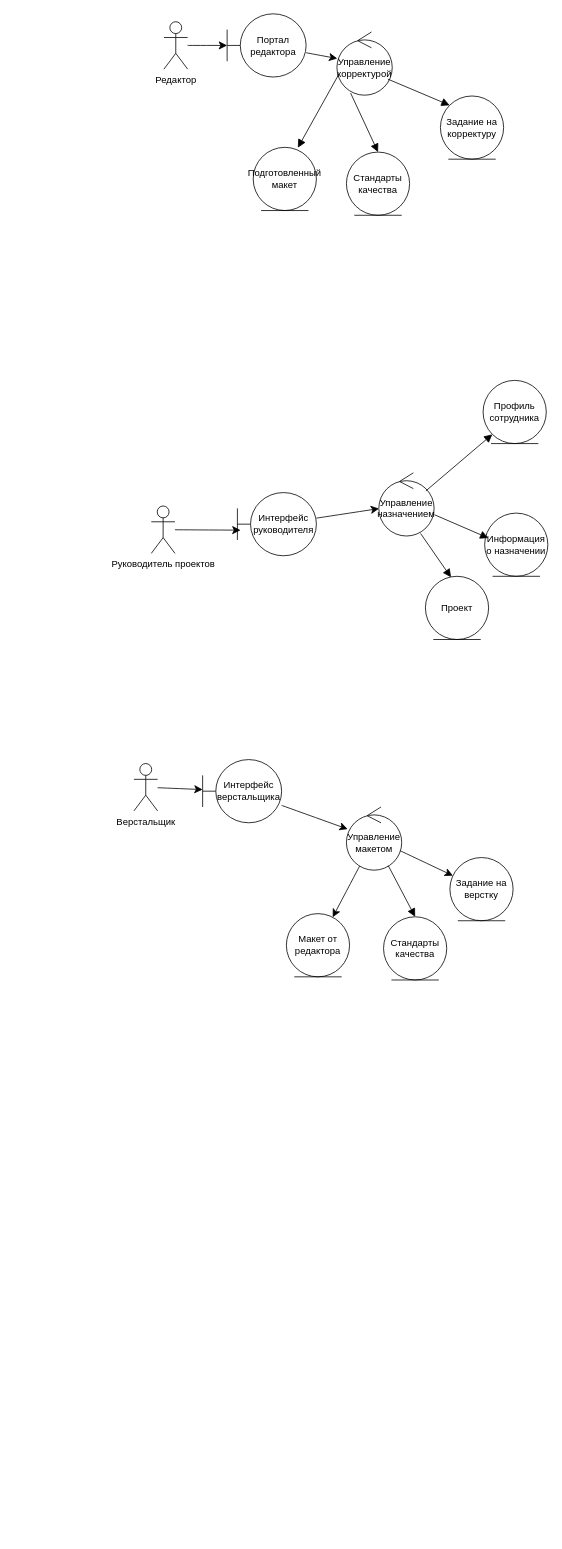
This is ortps_4_0.drawio from danaddi/draw.io, a draw.io file, before an edit. Source tidied: cells renumbered, new cells numbered last; positions are measured from the earlier drawing's top-left corner, leaving out a move shared by most shapes. Both pictures are drawn from the tidied source at 79%, with x=0, y=0 at pixel (134, 13).
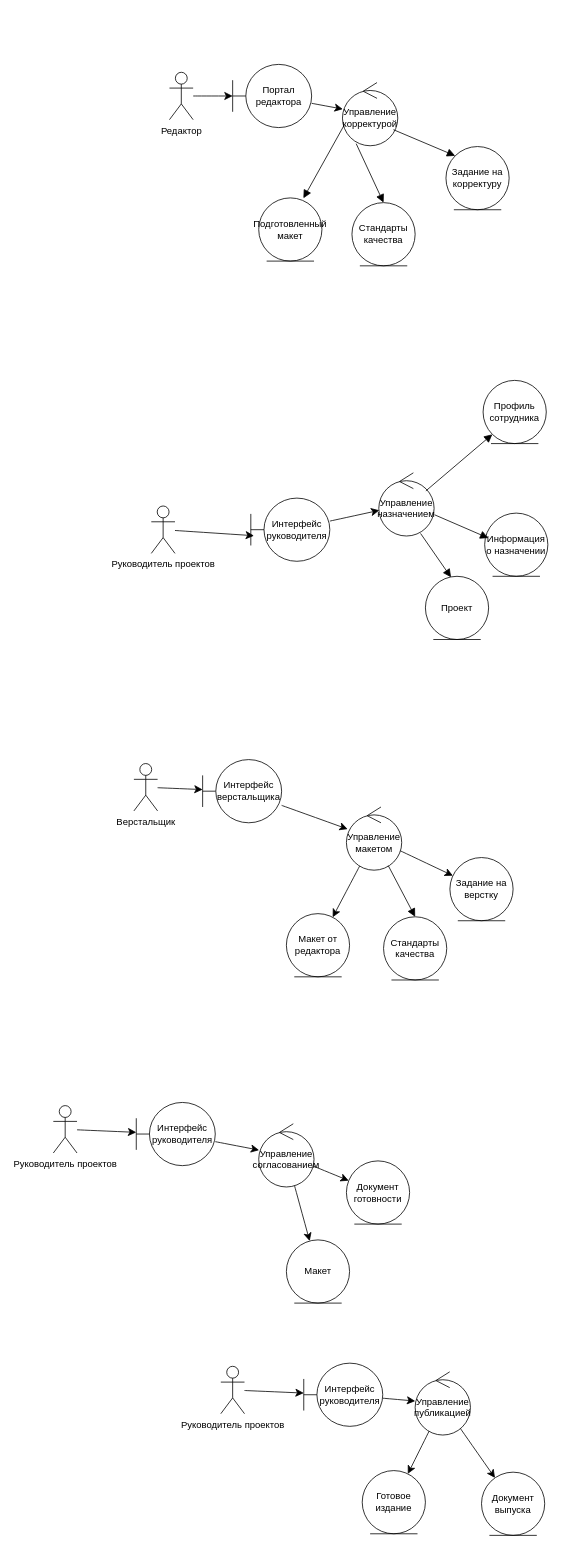
The same page after the edit.

Diff of the diagram source:
```diff
@@
     <mxCell id="3" value="Портал редактора" style="shape=umlBoundary;whiteSpace=wrap;html=1;" parent="1" vertex="1">
-      <mxGeometry x="118" width="100" height="80" as="geometry" />
+      <mxGeometry x="125" y="64" width="100" height="80" as="geometry" />
     </mxCell>
@@
     <mxCell id="5" value="Интерфейс руководителя" style="shape=umlBoundary;whiteSpace=wrap;html=1;" parent="1" vertex="1">
-      <mxGeometry x="131" y="606" width="100" height="80" as="geometry" />
+      <mxGeometry x="148" y="613" width="100" height="80" as="geometry" />
     </mxCell>
@@
     <mxCell id="7" value="Редактор" style="shape=umlActor;verticalLabelPosition=bottom;verticalAlign=top;html=1;" parent="1" vertex="1">
-      <mxGeometry x="38" y="10" width="30" height="60" as="geometry" />
+      <mxGeometry x="45" y="74" width="30" height="60" as="geometry" />
     </mxCell>
@@
     <mxCell id="14" value="Управление корректурой" style="ellipse;shape=umlControl;whiteSpace=wrap;html=1;" parent="1" vertex="1">
-      <mxGeometry x="257" y="23" width="70" height="80" as="geometry" />
+      <mxGeometry x="264" y="87" width="70" height="80" as="geometry" />
     </mxCell>
@@
     <mxCell id="18" value="Стандарты качества" style="ellipse;shape=umlEntity;whiteSpace=wrap;html=1;" parent="1" vertex="1">
-      <mxGeometry x="269" y="175" width="80" height="80" as="geometry" />
+      <mxGeometry x="276" y="239" width="80" height="80" as="geometry" />
     </mxCell>
     <mxCell id="19" value="Подготовленный макет" style="ellipse;shape=umlEntity;whiteSpace=wrap;html=1;" parent="1" vertex="1">
-      <mxGeometry x="151" y="169" width="80" height="80" as="geometry" />
+      <mxGeometry x="158" y="233" width="80" height="80" as="geometry" />
     </mxCell>
     <mxCell id="20" value="Задание на корректуру" style="ellipse;shape=umlEntity;whiteSpace=wrap;html=1;" parent="1" vertex="1">
-      <mxGeometry x="388" y="104" width="80" height="80" as="geometry" />
+      <mxGeometry x="395" y="168" width="80" height="80" as="geometry" />
     </mxCell>
@@
+    <mxCell id="35" style="edgeStyle=none;curved=1;rounded=0;jettySize=auto;html=1;fontSize=12;startSize=8;endSize=8;" parent="1" edge="1" source="36" target="38">
+      <mxGeometry relative="1" as="geometry" />
+    </mxCell>
+    <mxCell id="36" value="Руководитель проектов" style="shape=umlActor;verticalLabelPosition=bottom;verticalAlign=top;html=1;" parent="1" vertex="1">
+      <mxGeometry x="-102" y="1382" width="30" height="60" as="geometry" />
+    </mxCell>
+    <mxCell id="37" style="edgeStyle=none;curved=1;rounded=0;jettySize=auto;html=1;fontSize=12;startSize=8;endSize=8;" parent="1" edge="1" source="38" target="41">
+      <mxGeometry relative="1" as="geometry" />
+    </mxCell>
+    <mxCell id="38" value="Интерфейс руководителя" style="shape=umlBoundary;whiteSpace=wrap;html=1;" parent="1" vertex="1">
+      <mxGeometry x="3" y="1378" width="100" height="80" as="geometry" />
+    </mxCell>
+    <mxCell id="39" style="edgeStyle=none;curved=1;rounded=0;jettySize=auto;html=1;fontSize=12;startSize=8;endSize=8;" parent="1" edge="1" source="41" target="43">
+      <mxGeometry relative="1" as="geometry" />
+    </mxCell>
+    <mxCell id="40" style="edgeStyle=none;curved=1;rounded=0;jettySize=auto;html=1;fontSize=12;startSize=8;endSize=8;" parent="1" edge="1" source="41" target="42">
+      <mxGeometry relative="1" as="geometry" />
+    </mxCell>
+    <mxCell id="41" value="Управление согласованием" style="ellipse;shape=umlControl;whiteSpace=wrap;html=1;" parent="1" vertex="1">
+      <mxGeometry x="158" y="1405" width="70" height="80" as="geometry" />
+    </mxCell>
+    <mxCell id="42" value="Документ готовности" style="ellipse;shape=umlEntity;whiteSpace=wrap;html=1;" parent="1" vertex="1">
+      <mxGeometry x="269" y="1452" width="80" height="80" as="geometry" />
+    </mxCell>
+    <mxCell id="43" value="Макет" style="ellipse;shape=umlEntity;whiteSpace=wrap;html=1;" parent="1" vertex="1">
+      <mxGeometry x="193" y="1552" width="80" height="80" as="geometry" />
+    </mxCell>
+    <mxCell id="44" style="edgeStyle=none;curved=1;rounded=0;jettySize=auto;html=1;fontSize=12;startSize=8;endSize=8;" parent="1" edge="1" source="45" target="47">
+      <mxGeometry relative="1" as="geometry" />
+    </mxCell>
+    <mxCell id="45" value="Руководитель проектов" style="shape=umlActor;verticalLabelPosition=bottom;verticalAlign=top;html=1;" parent="1" vertex="1">
+      <mxGeometry x="110" y="1712" width="30" height="60" as="geometry" />
+    </mxCell>
+    <mxCell id="46" style="edgeStyle=none;curved=1;rounded=0;jettySize=auto;html=1;fontSize=12;startSize=8;endSize=8;" parent="1" edge="1" source="47" target="50">
+      <mxGeometry relative="1" as="geometry" />
+    </mxCell>
+    <mxCell id="47" value="Интерфейс руководителя" style="shape=umlBoundary;whiteSpace=wrap;html=1;" parent="1" vertex="1">
+      <mxGeometry x="215" y="1708" width="100" height="80" as="geometry" />
+    </mxCell>
+    <mxCell id="48" style="edgeStyle=none;curved=1;rounded=0;jettySize=auto;html=1;fontSize=12;startSize=8;endSize=8;" parent="1" edge="1" source="50" target="52">
+      <mxGeometry relative="1" as="geometry" />
+    </mxCell>
+    <mxCell id="49" style="edgeStyle=none;curved=1;rounded=0;jettySize=auto;html=1;fontSize=12;startSize=8;endSize=8;" parent="1" edge="1" source="50" target="51">
+      <mxGeometry relative="1" as="geometry" />
+    </mxCell>
+    <mxCell id="50" value="Управление публикацией" style="ellipse;shape=umlControl;whiteSpace=wrap;html=1;" parent="1" vertex="1">
+      <mxGeometry x="356" y="1719" width="70" height="80" as="geometry" />
+    </mxCell>
+    <mxCell id="51" value="Документ выпуска" style="ellipse;shape=umlEntity;whiteSpace=wrap;html=1;" parent="1" vertex="1">
+      <mxGeometry x="440" y="1846" width="80" height="80" as="geometry" />
+    </mxCell>
+    <mxCell id="52" value="Готовое издание" style="ellipse;shape=umlEntity;whiteSpace=wrap;html=1;" parent="1" vertex="1">
+      <mxGeometry x="289" y="1844" width="80" height="80" as="geometry" />
+    </mxCell>
```
